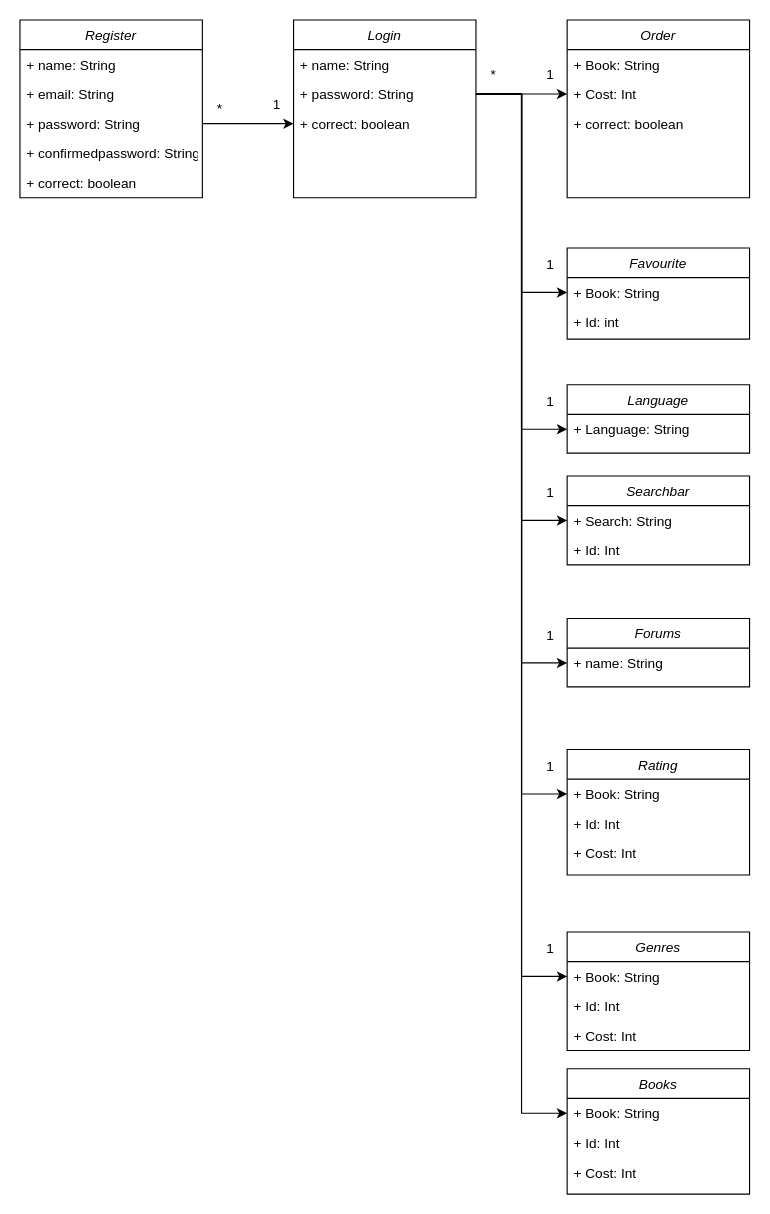
This is Klassendiagramm.drawio from EthanUltra/LB-Projekt-M294-295_Ethan-Shrestha, a draw.io file, before an edit. Source tidied: cells renumbered, new cells numbered last; positions are measured from the earlier drawing's top-left corner, leaving out a move shared by most shapes. Both pictures are drawn from the tidied source at 114%, with x=0, y=0 at pixel (19, 19).
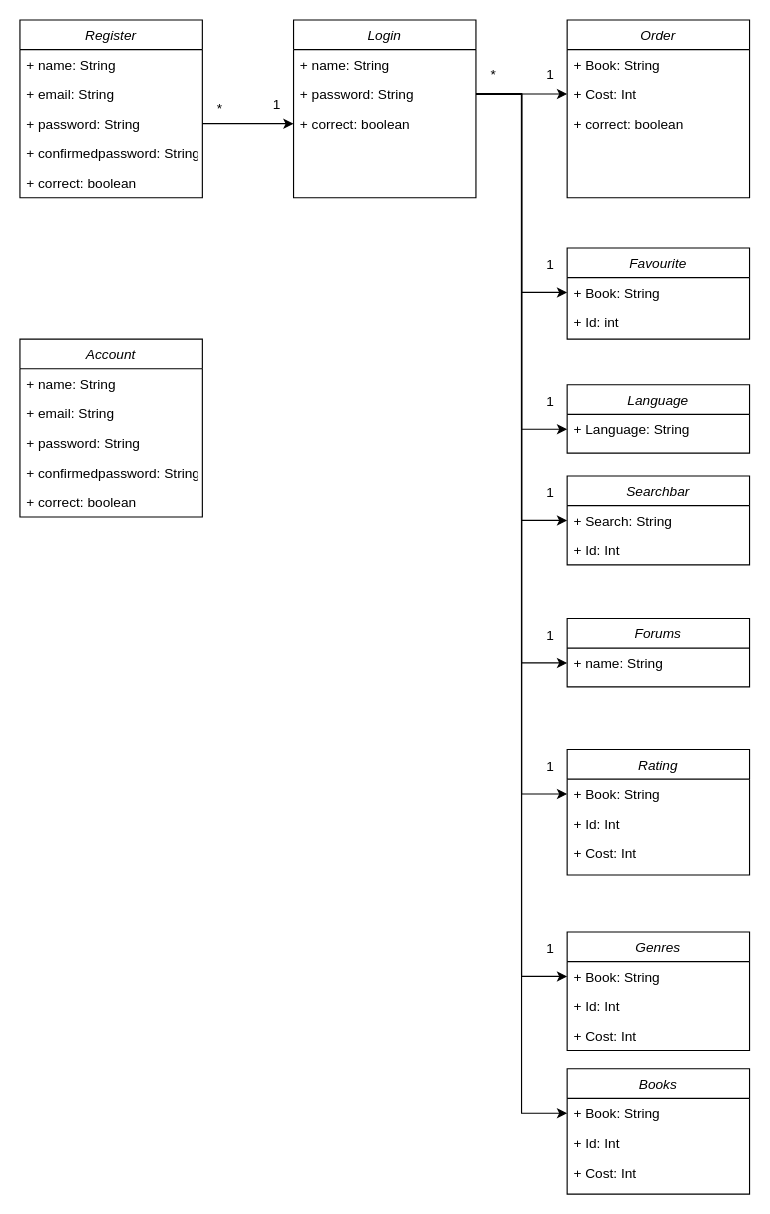
Above is the later version.

Commit message (it also covers changes not shown here):
Class Diagramms changed

What changed in the source:
```diff
@@
+    <mxCell id="57" value="Account" style="swimlane;fontStyle=2;align=center;verticalAlign=top;horizontal=1;startSize=26;rounded=0;shadow=0;strokeWidth=1;" parent="1" vertex="1">
+      <mxGeometry y="280" width="160" height="156" as="geometry" />
+    </mxCell>
+    <mxCell id="58" value="+ name: String" style="text;align=left;verticalAlign=top;spacingLeft=4;spacingRight=4;overflow=hidden;" parent="57" vertex="1">
+      <mxGeometry y="26" width="160" height="26" as="geometry" />
+    </mxCell>
+    <mxCell id="59" value="+ email: String" style="text;align=left;verticalAlign=top;spacingLeft=4;spacingRight=4;overflow=hidden;rounded=0;shadow=0;html=0;" parent="57" vertex="1">
+      <mxGeometry y="52" width="160" height="26" as="geometry" />
+    </mxCell>
+    <mxCell id="60" value="+ password: String" style="text;align=left;verticalAlign=top;spacingLeft=4;spacingRight=4;overflow=hidden;rounded=0;shadow=0;html=0;" parent="57" vertex="1">
+      <mxGeometry y="78" width="160" height="26" as="geometry" />
+    </mxCell>
+    <mxCell id="61" value="+ confirmedpassword: String" style="text;align=left;verticalAlign=top;spacingLeft=4;spacingRight=4;overflow=hidden;rounded=0;shadow=0;html=0;" parent="57" vertex="1">
+      <mxGeometry y="104" width="160" height="26" as="geometry" />
+    </mxCell>
+    <mxCell id="62" value="+ correct: boolean" style="text;align=left;verticalAlign=top;spacingLeft=4;spacingRight=4;overflow=hidden;rounded=0;shadow=0;html=0;" parent="57" vertex="1">
+      <mxGeometry y="130" width="160" height="26" as="geometry" />
+    </mxCell>
```
